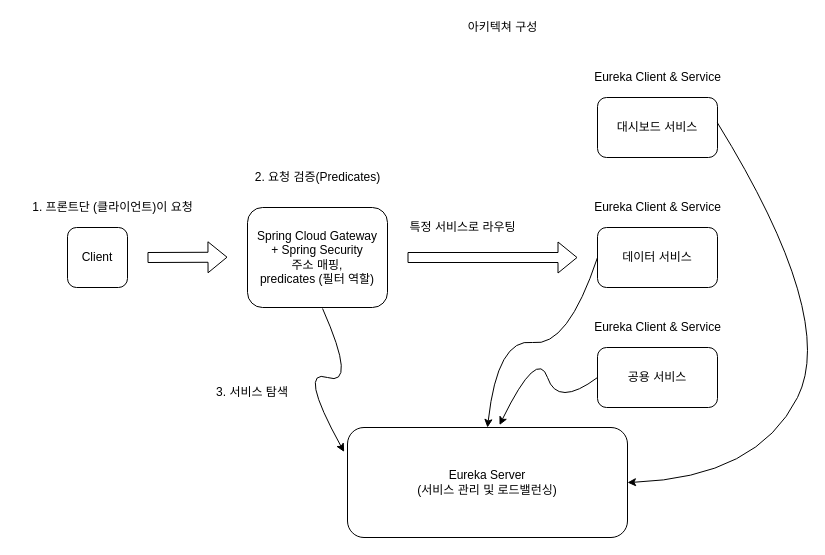
Above: Untitled Diagram.drawio in sun2824/architectureProject (draw.io), before the change. Source tidied: cells renumbered, new cells numbered last; positions are measured from the earlier drawing's top-left corner, leaving out a move shared by most shapes. Both pictures are drawn from the tidied source at 100%, with x=0, y=0 at pixel (17, 17).
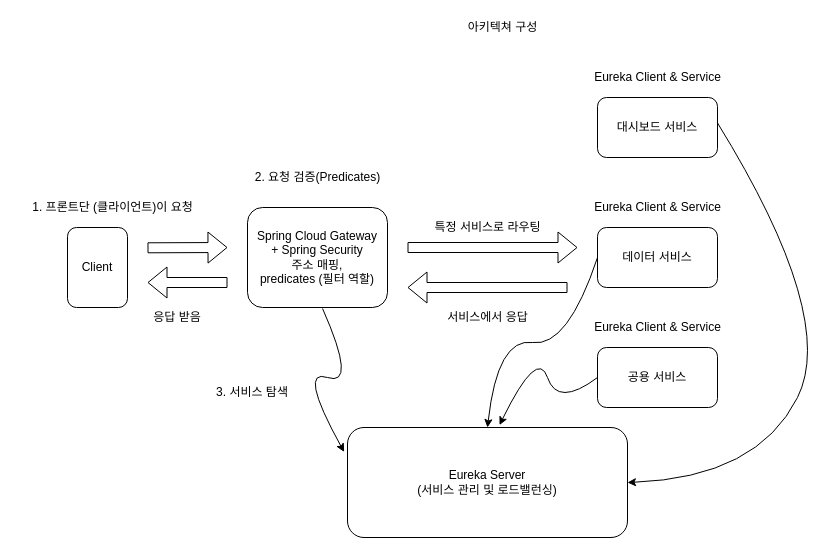
The same page after the edit.

The edit, as a diff of the source:
```diff
@@
     <mxCell id="3" style="shape=flexArrow;endArrow=classic;html=1;rounded=0;" parent="1" edge="1">
       <mxGeometry relative="1" as="geometry">
-        <mxPoint x="130" y="240" as="sourcePoint" />
-        <mxPoint x="210" y="239.7" as="targetPoint" />
+        <mxPoint x="130" y="230.3" as="sourcePoint" />
+        <mxPoint x="210" y="230" as="targetPoint" />
       </mxGeometry>
     </mxCell>
     <mxCell id="4" value="Client" style="rounded=1;whiteSpace=wrap;html=1;" parent="1" vertex="1">
-      <mxGeometry x="50" y="210" width="60" height="60" as="geometry" />
+      <mxGeometry x="50" y="210" width="60" height="80" as="geometry" />
     </mxCell>
@@
     <mxCell id="6" style="shape=flexArrow;endArrow=classic;html=1;rounded=0;" parent="1" edge="1">
       <mxGeometry relative="1" as="geometry">
-        <mxPoint x="390" y="240" as="sourcePoint" />
-        <mxPoint x="560" y="240" as="targetPoint" />
+        <mxPoint x="390" y="230" as="sourcePoint" />
+        <mxPoint x="560" y="230" as="targetPoint" />
       </mxGeometry>
     </mxCell>
     <mxCell id="7" value="특정 서비스로 라우팅" style="text;html=1;align=center;verticalAlign=middle;strokeColor=none;fillColor=none;" parent="1" vertex="1">
-      <mxGeometry x="380" y="200" width="130" height="20" as="geometry" />
+      <mxGeometry x="405" y="200" width="130" height="20" as="geometry" />
     </mxCell>
@@
+    <mxCell id="22" style="shape=flexArrow;endArrow=classic;html=1;rounded=0;" parent="1" edge="1">
+      <mxGeometry relative="1" as="geometry">
+        <mxPoint x="550" y="270" as="sourcePoint" />
+        <mxPoint x="390" y="270" as="targetPoint" />
+      </mxGeometry>
+    </mxCell>
+    <mxCell id="23" value="서비스에서 응답" style="text;html=1;align=center;verticalAlign=middle;strokeColor=none;fillColor=none;" parent="1" vertex="1">
+      <mxGeometry x="420" y="290" width="100" height="20" as="geometry" />
+    </mxCell>
+    <mxCell id="24" value="응답 받음" style="text;html=1;strokeColor=none;fillColor=none;align=center;verticalAlign=middle;whiteSpace=wrap;rounded=0;" parent="1" vertex="1">
+      <mxGeometry x="130" y="285" width="60" height="30" as="geometry" />
+    </mxCell>
+    <mxCell id="25" style="shape=flexArrow;endArrow=classic;html=1;rounded=0;" parent="1" edge="1">
+      <mxGeometry relative="1" as="geometry">
+        <mxPoint x="210" y="265" as="sourcePoint" />
+        <mxPoint x="130" y="265" as="targetPoint" />
+      </mxGeometry>
+    </mxCell>
```
